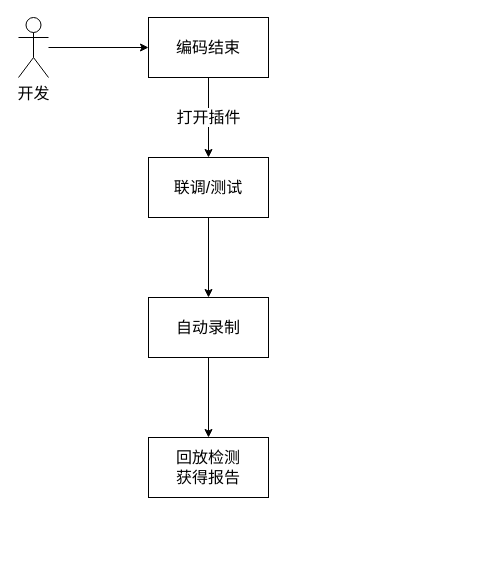
Before: page "推荐流程" (5 of 6) of i18n/i18n.drawio in zhuoooo/doodles, a draw.io diagram. Source tidied: cells renumbered, new cells numbered last; positions are measured from the earlier drawing's top-left corner, leaving out a move shared by most shapes. Both pictures are drawn from the tidied source at 100%, with x=0, y=0 at pixel (18, 17).
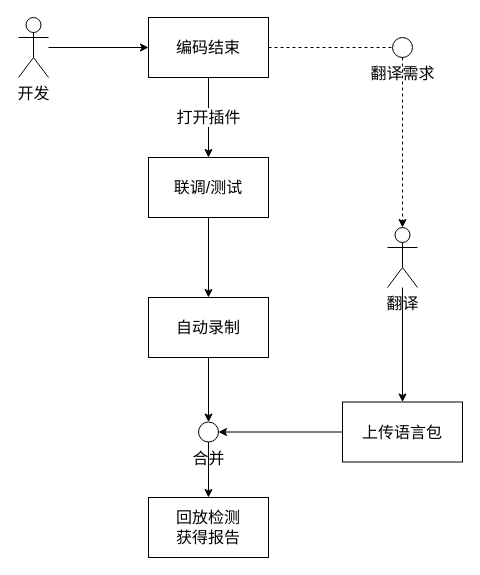
The same page after the edit.

Diff of the diagram source:
```diff
@@
 <mxGraphModel>
   <root>
     <mxCell id="0" />
     <mxCell id="1" parent="0" />
     <mxCell id="2" style="edgeStyle=orthogonalEdgeStyle;rounded=0;jettySize=auto;html=1;fontFamily=微软雅黑;fontSize=16;" parent="1" edge="1" source="3" target="5">
       <mxGeometry relative="1" as="geometry" />
     </mxCell>
     <mxCell id="3" value="开发" style="shape=umlActor;verticalLabelPosition=bottom;verticalAlign=top;html=1;outlineConnect=0;fontFamily=微软雅黑;fontSize=16;" parent="1" vertex="1">
       <mxGeometry width="30" height="60" as="geometry" />
     </mxCell>
     <mxCell id="4" value="打开插件" style="edgeStyle=orthogonalEdgeStyle;rounded=0;jettySize=auto;html=1;fontFamily=微软雅黑;fontSize=16;" parent="1" edge="1" source="5" target="7">
       <mxGeometry relative="1" as="geometry" />
     </mxCell>
+    <mxCell id="11" style="edgeStyle=orthogonalEdgeStyle;rounded=0;jettySize=auto;html=1;entryX=0;entryY=0.5;entryDx=0;entryDy=0;dashed=1;endArrow=none;endFill=0;" parent="1" edge="1" source="5" target="19">
+      <mxGeometry relative="1" as="geometry" />
+    </mxCell>
     <mxCell id="5" value="编码结束" style="rounded=0;whiteSpace=wrap;html=1;fontFamily=微软雅黑;fontSize=16;" parent="1" vertex="1">
       <mxGeometry x="130" width="120" height="60" as="geometry" />
     </mxCell>
     <mxCell id="6" style="edgeStyle=orthogonalEdgeStyle;rounded=0;jettySize=auto;html=1;fontFamily=微软雅黑;fontSize=16;" parent="1" edge="1" source="7" target="9">
       <mxGeometry relative="1" as="geometry" />
     </mxCell>
     <mxCell id="7" value="联调/测试" style="whiteSpace=wrap;html=1;rounded=0;fontFamily=微软雅黑;fontSize=16;" parent="1" vertex="1">
       <mxGeometry x="130" y="140" width="120" height="60" as="geometry" />
     </mxCell>
-    <mxCell id="8" style="edgeStyle=orthogonalEdgeStyle;rounded=0;jettySize=auto;html=1;fontFamily=微软雅黑;fontSize=16;" parent="1" edge="1" source="9" target="10">
+    <mxCell id="8" style="edgeStyle=orthogonalEdgeStyle;rounded=0;jettySize=auto;html=1;fontFamily=微软雅黑;fontSize=16;" parent="1" edge="1" source="9" target="17">
       <mxGeometry relative="1" as="geometry" />
     </mxCell>
     <mxCell id="9" value="自动录制" style="whiteSpace=wrap;html=1;rounded=0;fontFamily=微软雅黑;fontSize=16;" parent="1" vertex="1">
       <mxGeometry x="130" y="280" width="120" height="60" as="geometry" />
     </mxCell>
     <mxCell id="10" value="回放检测&lt;div style=&quot;font-size: 16px;&quot;&gt;获得报告&lt;/div&gt;" style="whiteSpace=wrap;html=1;rounded=0;fontFamily=微软雅黑;fontSize=16;" parent="1" vertex="1">
-      <mxGeometry x="130" y="420" width="120" height="60" as="geometry" />
+      <mxGeometry x="130" y="480" width="120" height="60" as="geometry" />
     </mxCell>
+    <mxCell id="12" style="edgeStyle=orthogonalEdgeStyle;rounded=0;jettySize=auto;html=1;fontFamily=微软雅黑;fontSize=16;" parent="1" edge="1" source="13" target="15">
+      <mxGeometry relative="1" as="geometry" />
+    </mxCell>
+    <mxCell id="13" value="翻译" style="shape=umlActor;verticalLabelPosition=bottom;verticalAlign=top;html=1;outlineConnect=0;fontFamily=微软雅黑;fontSize=16;" parent="1" vertex="1">
+      <mxGeometry x="369" y="210" width="30" height="60" as="geometry" />
+    </mxCell>
+    <mxCell id="14" style="edgeStyle=orthogonalEdgeStyle;rounded=0;jettySize=auto;html=1;fontFamily=微软雅黑;fontSize=16;" parent="1" edge="1" source="15" target="17">
+      <mxGeometry relative="1" as="geometry" />
+    </mxCell>
+    <mxCell id="15" value="上传语言包" style="whiteSpace=wrap;html=1;verticalAlign=middle;fontFamily=微软雅黑;fontSize=16;" parent="1" vertex="1">
+      <mxGeometry x="324" y="384.5" width="120" height="60" as="geometry" />
+    </mxCell>
+    <mxCell id="16" style="edgeStyle=orthogonalEdgeStyle;rounded=0;jettySize=auto;html=1;fontFamily=微软雅黑;fontSize=16;" parent="1" edge="1" source="17" target="10">
+      <mxGeometry relative="1" as="geometry" />
+    </mxCell>
+    <mxCell id="17" value="合并" style="ellipse;html=1;fontFamily=微软雅黑;fontSize=16;labelPosition=center;verticalLabelPosition=bottom;align=center;verticalAlign=top;" parent="1" vertex="1">
+      <mxGeometry x="180" y="404.5" width="20" height="20" as="geometry" />
+    </mxCell>
+    <mxCell id="18" style="edgeStyle=orthogonalEdgeStyle;rounded=0;jettySize=auto;html=1;dashed=1;" parent="1" edge="1" source="19" target="13">
+      <mxGeometry relative="1" as="geometry" />
+    </mxCell>
+    <mxCell id="19" value="翻译需求" style="ellipse;html=1;fontFamily=微软雅黑;fontSize=16;labelPosition=center;verticalLabelPosition=bottom;align=center;verticalAlign=top;" parent="1" vertex="1">
+      <mxGeometry x="374" y="20" width="20" height="20" as="geometry" />
+    </mxCell>
   </root>
 </mxGraphModel>
```
